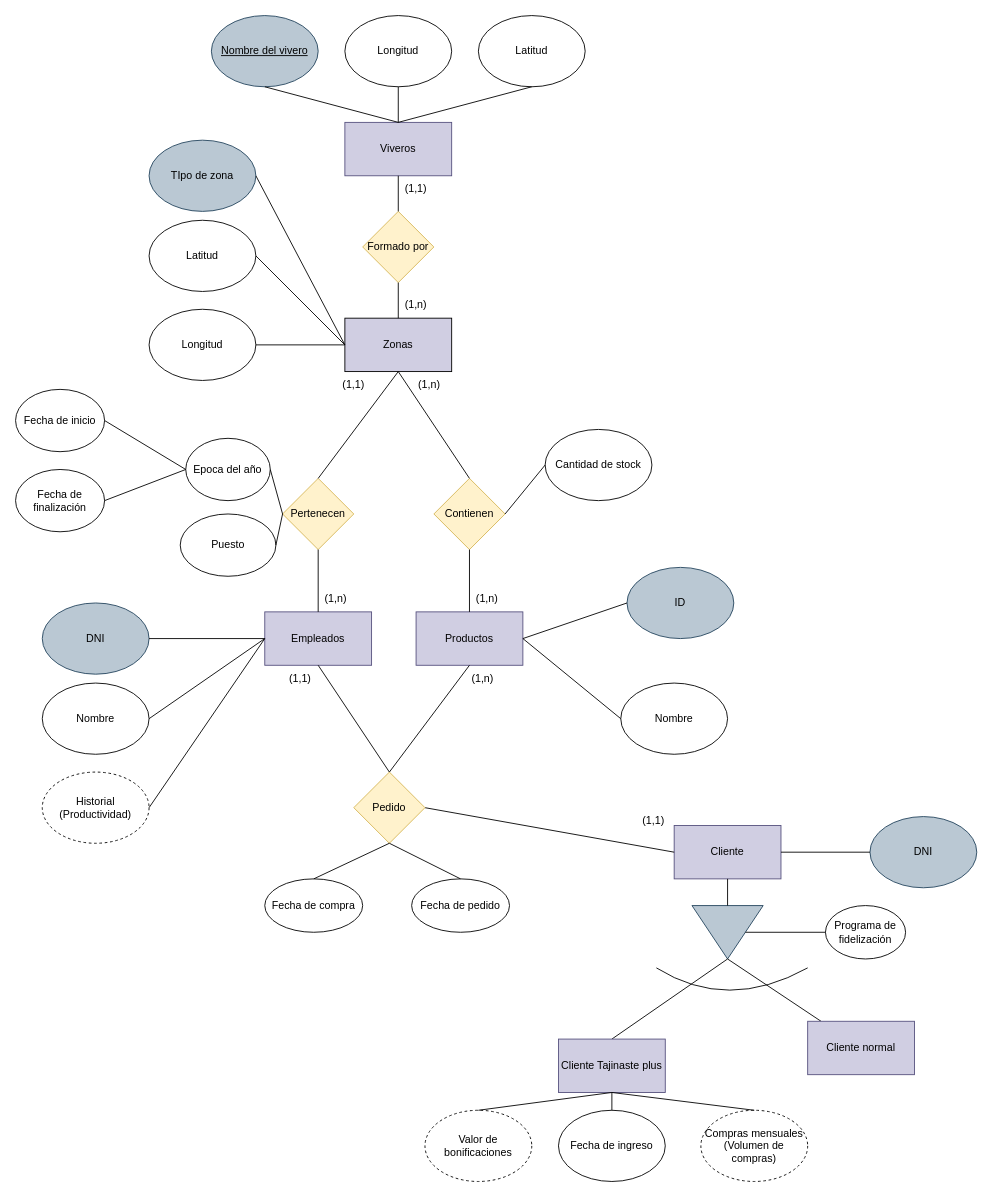
Earlier version of the draw.io diagram Modelo entidad relacion/Practica_2/viveros.drawio (alu0101101507/ADBD). Source tidied: cells renumbered, new cells numbered last; positions are measured from the earlier drawing's top-left corner, leaving out a move shared by most shapes. Both pictures are drawn from the tidied source at 89%, with x=0, y=0 at pixel (15, 15).
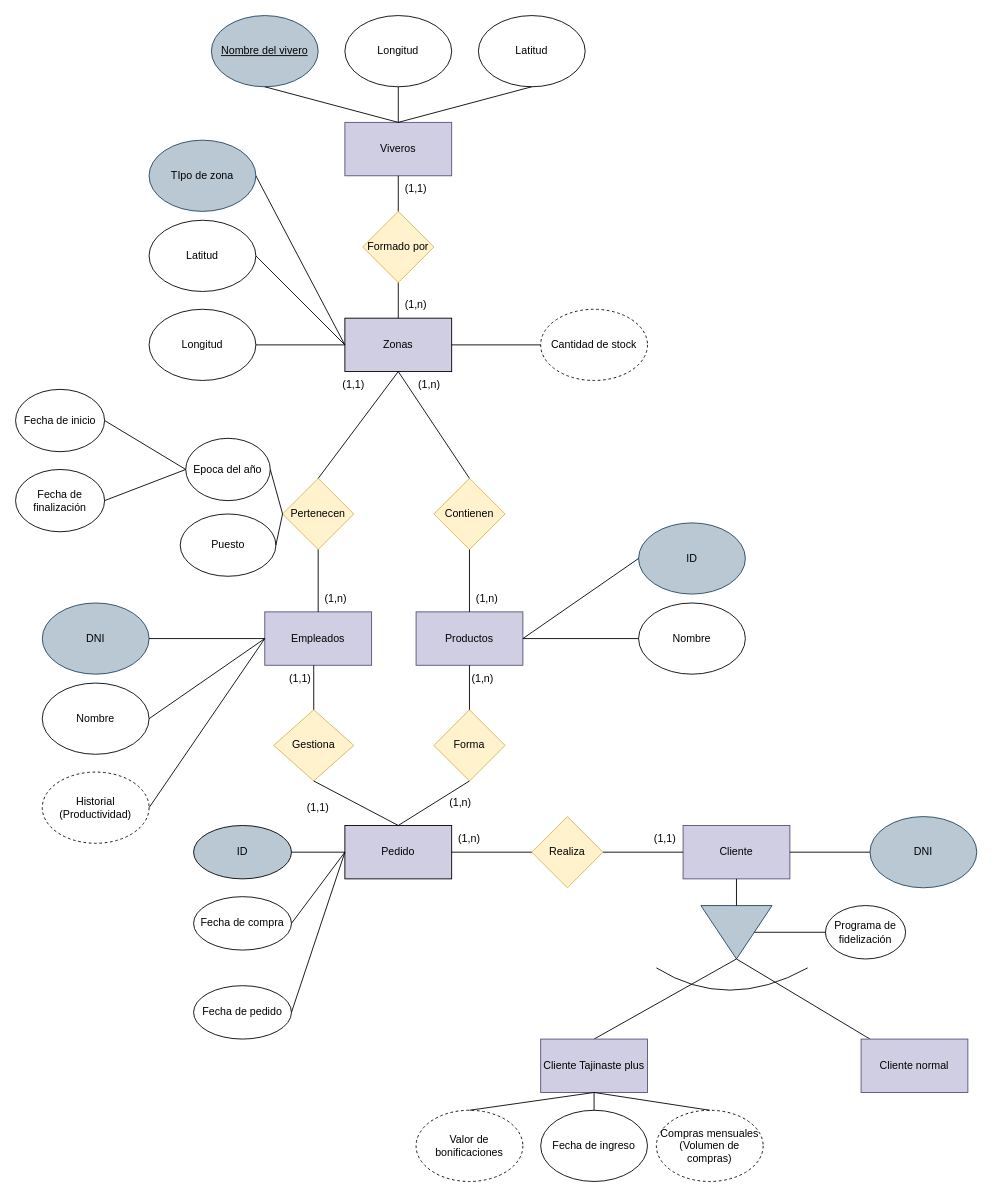
The same diagram, later.

The change refers to these unchanged cells:
```xml
<mxCell id="2" value="&lt;div&gt;Zonas&lt;/div&gt;" style="rounded=0;whiteSpace=wrap;html=1;fillColor=#D0CEE2;" parent="1" vertex="1">
  <mxGeometry x="370" y="340" width="120" height="60" as="geometry" />
</mxCell>
<mxCell id="14" value="&lt;div&gt;Productos&lt;/div&gt;" style="rounded=0;whiteSpace=wrap;html=1;fillColor=#d0cee2;strokeColor=#56517e;" parent="1" vertex="1">
  <mxGeometry x="450" y="670" width="120" height="60" as="geometry" />
</mxCell>
<mxCell id="79" value="(1,1)" style="text;html=1;align=center;verticalAlign=middle;whiteSpace=wrap;rounded=0;" parent="1" vertex="1">
  <mxGeometry x="290" y="730" width="60" height="30" as="geometry" />
</mxCell>
<mxCell id="80" value="(1,n)" style="text;html=1;align=center;verticalAlign=middle;whiteSpace=wrap;rounded=0;" parent="1" vertex="1">
  <mxGeometry x="495" y="730" width="60" height="30" as="geometry" />
</mxCell>
```

Diff of the diagram source:
```diff
@@
-    <mxCell id="5" value="Empleados" style="rounded=0;whiteSpace=wrap;html=1;fillColor=#d0cee2;strokeColor=#56517e;" parent="1" vertex="1">
+    <mxCell id="5" value="Empleados" style="rounded=0;whiteSpace=wrap;html=1;fillColor=#D0CEE2;strokeColor=#56517e;" parent="1" vertex="1">
       <mxGeometry x="280" y="670" width="120" height="60" as="geometry" />
     </mxCell>
@@
-    <mxCell id="18" value="Cantidad de stock" style="ellipse;whiteSpace=wrap;html=1;" parent="1" vertex="1">
-      <mxGeometry x="595" y="465" width="120" height="80" as="geometry" />
+    <mxCell id="18" value="Cantidad de stock" style="ellipse;whiteSpace=wrap;html=1;dashed=1;" parent="1" vertex="1">
+      <mxGeometry x="590" y="330" width="120" height="80" as="geometry" />
     </mxCell>
     <mxCell id="19" value="&lt;div&gt;Cliente&lt;/div&gt;" style="rounded=0;whiteSpace=wrap;html=1;fillColor=#d0cee2;strokeColor=#56517e;" parent="1" vertex="1">
-      <mxGeometry x="740" y="910" width="120" height="60" as="geometry" />
+      <mxGeometry x="750" y="910" width="120" height="60" as="geometry" />
     </mxCell>
     <mxCell id="20" style="triangle;whiteSpace=wrap;html=1;direction=south;fillColor=#bac8d3;strokeColor=#23445d;" parent="1" vertex="1">
-      <mxGeometry x="760" y="1000" width="80" height="60" as="geometry" />
+      <mxGeometry x="770" y="1000" width="80" height="60" as="geometry" />
     </mxCell>
@@
     <mxCell id="24" value="Cliente normal" style="rounded=0;whiteSpace=wrap;html=1;fillColor=#d0cee2;strokeColor=#56517e;" parent="1" vertex="1">
-      <mxGeometry x="890" y="1130" width="120" height="60" as="geometry" />
+      <mxGeometry x="950" y="1150" width="120" height="60" as="geometry" />
     </mxCell>
     <mxCell id="25" value="Cliente Tajinaste plus" style="rounded=0;whiteSpace=wrap;html=1;fillColor=#d0cee2;strokeColor=#56517e;" parent="1" vertex="1">
-      <mxGeometry x="610" y="1150" width="120" height="60" as="geometry" />
+      <mxGeometry x="590" y="1150" width="120" height="60" as="geometry" />
     </mxCell>
-    <mxCell id="26" style="endArrow=none;html=1;rounded=0;exitX=0.5;exitY=1;exitDx=0;exitDy=0;entryX=0.5;entryY=0;entryDx=0;entryDy=0;" parent="1" edge="1" source="5" target="45">
-      <mxGeometry relative="1" as="geometry" />
-    </mxCell>
-    <mxCell id="27" style="endArrow=none;html=1;rounded=0;exitX=1;exitY=0.5;exitDx=0;exitDy=0;entryX=0;entryY=0.5;entryDx=0;entryDy=0;" parent="1" edge="1" source="45" target="19">
-      <mxGeometry relative="1" as="geometry" />
-    </mxCell>
@@
-    <mxCell id="39" style="endArrow=none;html=1;rounded=0;entryX=0;entryY=0.5;entryDx=0;entryDy=0;" parent="1" edge="1" target="18">
-      <mxGeometry relative="1" as="geometry">
-        <mxPoint x="550" y="560" as="sourcePoint" />
-      </mxGeometry>
+    <mxCell id="39" style="endArrow=none;html=1;rounded=0;entryX=0;entryY=0.5;entryDx=0;entryDy=0;exitX=1;exitY=0.5;exitDx=0;exitDy=0;" parent="1" edge="1" source="2" target="18">
+      <mxGeometry relative="1" as="geometry" />
     </mxCell>
@@
-    <mxCell id="42" style="endArrow=none;html=1;rounded=0;exitX=0.5;exitY=1;exitDx=0;exitDy=0;entryX=0.5;entryY=0;entryDx=0;entryDy=0;" parent="1" edge="1" source="14" target="45">
-      <mxGeometry relative="1" as="geometry" />
-    </mxCell>
     <mxCell id="43" value="Valor de bonificaciones" style="ellipse;whiteSpace=wrap;html=1;dashed=1;" parent="1" vertex="1">
-      <mxGeometry x="460" y="1230" width="120" height="80" as="geometry" />
+      <mxGeometry x="450" y="1230" width="120" height="80" as="geometry" />
     </mxCell>
@@
-    <mxCell id="45" value="Pedido" style="rhombus;whiteSpace=wrap;html=1;fillColor=#fff2cc;strokeColor=#d6b656;" parent="1" vertex="1">
-      <mxGeometry x="380" y="850" width="80" height="80" as="geometry" />
-    </mxCell>
@@
     <mxCell id="54" value="ID" style="ellipse;whiteSpace=wrap;html=1;fillColor=#bac8d3;strokeColor=#23445d;" parent="1" vertex="1">
-      <mxGeometry x="687" y="620" width="120" height="80" as="geometry" />
+      <mxGeometry x="700" y="570" width="120" height="80" as="geometry" />
     </mxCell>
     <mxCell id="55" value="Nombre" style="ellipse;whiteSpace=wrap;html=1;" parent="1" vertex="1">
-      <mxGeometry x="680" y="750" width="120" height="80" as="geometry" />
+      <mxGeometry x="700" y="660" width="120" height="80" as="geometry" />
     </mxCell>
@@
     <mxCell id="64" value="Fecha de compra" style="ellipse;whiteSpace=wrap;html=1;" parent="1" vertex="1">
-      <mxGeometry x="280" y="970" width="110" height="60" as="geometry" />
+      <mxGeometry x="200" y="990" width="110" height="60" as="geometry" />
     </mxCell>
     <mxCell id="65" value="Fecha de pedido" style="ellipse;whiteSpace=wrap;html=1;" parent="1" vertex="1">
-      <mxGeometry x="445" y="970" width="110" height="60" as="geometry" />
+      <mxGeometry x="200" y="1090" width="110" height="60" as="geometry" />
     </mxCell>
-    <mxCell id="66" style="endArrow=none;html=1;rounded=0;exitX=0.5;exitY=1;exitDx=0;exitDy=0;entryX=0.5;entryY=0;entryDx=0;entryDy=0;" parent="1" edge="1" source="45" target="64">
-      <mxGeometry relative="1" as="geometry" />
-    </mxCell>
-    <mxCell id="67" style="endArrow=none;html=1;rounded=0;entryX=0.5;entryY=0;entryDx=0;entryDy=0;" parent="1" edge="1" target="65">
-      <mxGeometry relative="1" as="geometry">
-        <mxPoint x="420" y="930" as="sourcePoint" />
-      </mxGeometry>
-    </mxCell>
@@
     <mxCell id="70" value="Fecha de ingreso" style="ellipse;whiteSpace=wrap;html=1;" parent="1" vertex="1">
-      <mxGeometry x="610" y="1230" width="120" height="80" as="geometry" />
+      <mxGeometry x="590" y="1230" width="120" height="80" as="geometry" />
     </mxCell>
     <mxCell id="71" value="Compras mensuales&lt;br&gt;(Volumen de compras)" style="ellipse;whiteSpace=wrap;html=1;dashed=1;" parent="1" vertex="1">
-      <mxGeometry x="770" y="1230" width="120" height="80" as="geometry" />
+      <mxGeometry x="720" y="1230" width="120" height="80" as="geometry" />
     </mxCell>
@@
     <mxCell id="81" value="(1,1)" style="text;html=1;align=center;verticalAlign=middle;whiteSpace=wrap;rounded=0;" parent="1" vertex="1">
-      <mxGeometry x="687" y="890" width="60" height="30" as="geometry" />
+      <mxGeometry x="700" y="910" width="60" height="30" as="geometry" />
     </mxCell>
+    <mxCell id="45" value="Pedido" style="rounded=0;whiteSpace=wrap;html=1;fillColor=#D0CEE2;" parent="1" vertex="1">
+      <mxGeometry x="370" y="910" width="120" height="60" as="geometry" />
+    </mxCell>
+    <mxCell id="82" value="Gestiona" style="rhombus;whiteSpace=wrap;html=1;fillColor=#fff2cc;strokeColor=#d6b656;" parent="1" vertex="1">
+      <mxGeometry x="290" y="780" width="90" height="80" as="geometry" />
+    </mxCell>
+    <mxCell id="83" value="Forma" style="rhombus;whiteSpace=wrap;html=1;fillColor=#fff2cc;strokeColor=#d6b656;" parent="1" vertex="1">
+      <mxGeometry x="470" y="780" width="80" height="80" as="geometry" />
+    </mxCell>
+    <mxCell id="84" style="endArrow=none;html=1;rounded=0;exitX=0.5;exitY=0;exitDx=0;exitDy=0;entryX=0.5;entryY=1;entryDx=0;entryDy=0;" parent="1" edge="1" source="45" target="83">
+      <mxGeometry relative="1" as="geometry" />
+    </mxCell>
+    <mxCell id="85" style="endArrow=none;html=1;rounded=0;exitX=0.25;exitY=0;exitDx=0;exitDy=0;entryX=0.5;entryY=0;entryDx=0;entryDy=0;" parent="1" edge="1" source="80" target="83">
+      <mxGeometry relative="1" as="geometry" />
+    </mxCell>
+    <mxCell id="86" style="endArrow=none;html=1;rounded=0;exitX=0.5;exitY=1;exitDx=0;exitDy=0;entryX=0.5;entryY=0;entryDx=0;entryDy=0;" parent="1" edge="1" source="82" target="45">
+      <mxGeometry relative="1" as="geometry" />
+    </mxCell>
+    <mxCell id="87" style="endArrow=none;html=1;rounded=0;exitX=0.5;exitY=0;exitDx=0;exitDy=0;entryX=0.75;entryY=0;entryDx=0;entryDy=0;" parent="1" edge="1" source="82" target="79">
+      <mxGeometry relative="1" as="geometry" />
+    </mxCell>
+    <mxCell id="88" value="Realiza" style="rhombus;whiteSpace=wrap;html=1;fillColor=#fff2cc;strokeColor=#d6b656;" parent="1" vertex="1">
+      <mxGeometry x="580" y="900" width="80" height="80" as="geometry" />
+    </mxCell>
+    <mxCell id="89" style="endArrow=none;html=1;rounded=0;exitX=1;exitY=0.5;exitDx=0;exitDy=0;entryX=0;entryY=0.5;entryDx=0;entryDy=0;" parent="1" edge="1" source="45" target="88">
+      <mxGeometry relative="1" as="geometry" />
+    </mxCell>
+    <mxCell id="90" style="endArrow=none;html=1;rounded=0;exitX=0;exitY=0.5;exitDx=0;exitDy=0;entryX=1;entryY=0.5;entryDx=0;entryDy=0;" parent="1" edge="1" source="19" target="88">
+      <mxGeometry relative="1" as="geometry" />
+    </mxCell>
+    <mxCell id="91" value="(1,1)" style="text;html=1;align=center;verticalAlign=middle;whiteSpace=wrap;rounded=0;" parent="1" vertex="1">
+      <mxGeometry x="310" y="875" width="60" height="30" as="geometry" />
+    </mxCell>
+    <mxCell id="92" value="(1,n)" style="text;html=1;align=center;verticalAlign=middle;whiteSpace=wrap;rounded=0;" parent="1" vertex="1">
+      <mxGeometry x="470" y="870" width="60" height="30" as="geometry" />
+    </mxCell>
+    <mxCell id="93" value="(1,n)" style="text;html=1;align=center;verticalAlign=middle;whiteSpace=wrap;rounded=0;" parent="1" vertex="1">
+      <mxGeometry x="480" y="910" width="60" height="30" as="geometry" />
+    </mxCell>
+    <mxCell id="94" value="ID" style="ellipse;whiteSpace=wrap;html=1;fillColor=#BAC8D3;" parent="1" vertex="1">
+      <mxGeometry x="200" y="910" width="110" height="60" as="geometry" />
+    </mxCell>
+    <mxCell id="95" style="endArrow=none;html=1;rounded=0;exitX=1;exitY=0.5;exitDx=0;exitDy=0;entryX=0;entryY=0.5;entryDx=0;entryDy=0;" parent="1" edge="1" source="94" target="45">
+      <mxGeometry relative="1" as="geometry" />
+    </mxCell>
+    <mxCell id="96" style="endArrow=none;html=1;rounded=0;exitX=1;exitY=0.5;exitDx=0;exitDy=0;entryX=0;entryY=0.5;entryDx=0;entryDy=0;" parent="1" edge="1" source="64" target="45">
+      <mxGeometry relative="1" as="geometry" />
+    </mxCell>
+    <mxCell id="97" style="endArrow=none;html=1;rounded=0;exitX=1;exitY=0.5;exitDx=0;exitDy=0;entryX=0;entryY=0.5;entryDx=0;entryDy=0;" parent="1" edge="1" source="65" target="45">
+      <mxGeometry relative="1" as="geometry" />
+    </mxCell>
```
